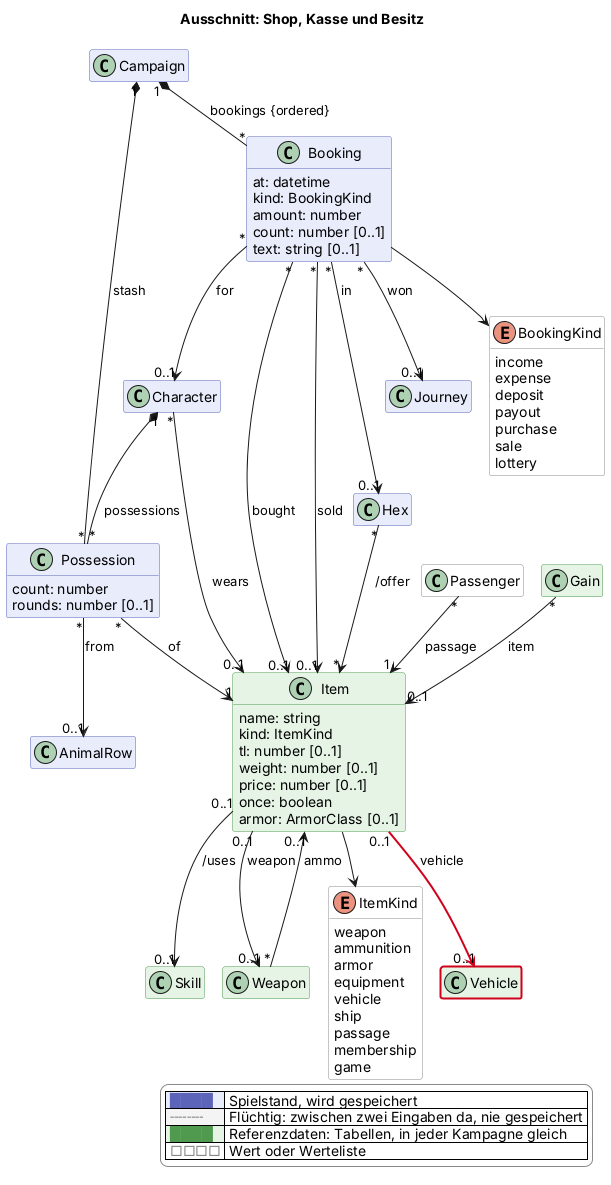
Before: docs/views/shop.png, a diagram exported from PlantUML (scuzzar/SRE).
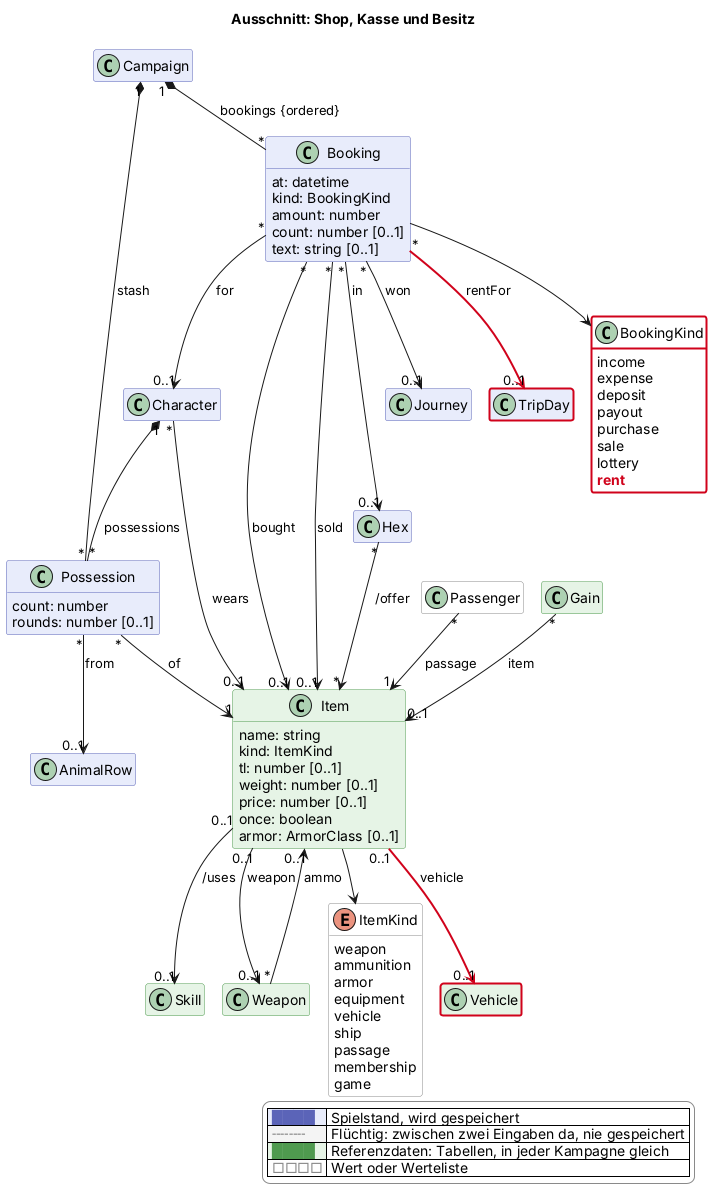
After the change.

Change to the diagram source:
```diff
@@ -82,6 +82,7 @@
     purchase
     sale
     lottery
+    $new("2026-11-15", "rent")
   }
   class Character $charakter
   class Possession $shop {
@@ -122,6 +123,7 @@
     game
   }
   class Vehicle <<reference>> $logistik $newClass("2026-11-15")
+  class TripDay $logistik $newClass("2026-11-15")
 
 Campaign "1" *-- "*" Booking : bookings {ordered}
 Booking "*" --> "0..1" Character : for
@@ -137,6 +139,7 @@
 Gain "*" --> "0..1" Item : item
 
 Item "0..1" -$newArrow("2026-11-15")-> "0..1" Vehicle : vehicle
+Booking "*" -$newArrow("2026-11-15")-> "0..1" TripDay : rentFor
 
 Character "1" *-- "*" Possession : possessions
 Campaign "1" *-- "*" Possession : stash
@@ -162,4 +165,5 @@
   |<#e6f4e6> <color:#4f9a4f>████</color> | Referenzdaten: Tabellen, in jeder Kampagne gleich |
   |<#ffffff> <color:#8a8a8a>□□□□</color> | Wert oder Werteliste |
 endlegend
+class BookingKind #line:d0021b;line.bold
 @enduml
```
